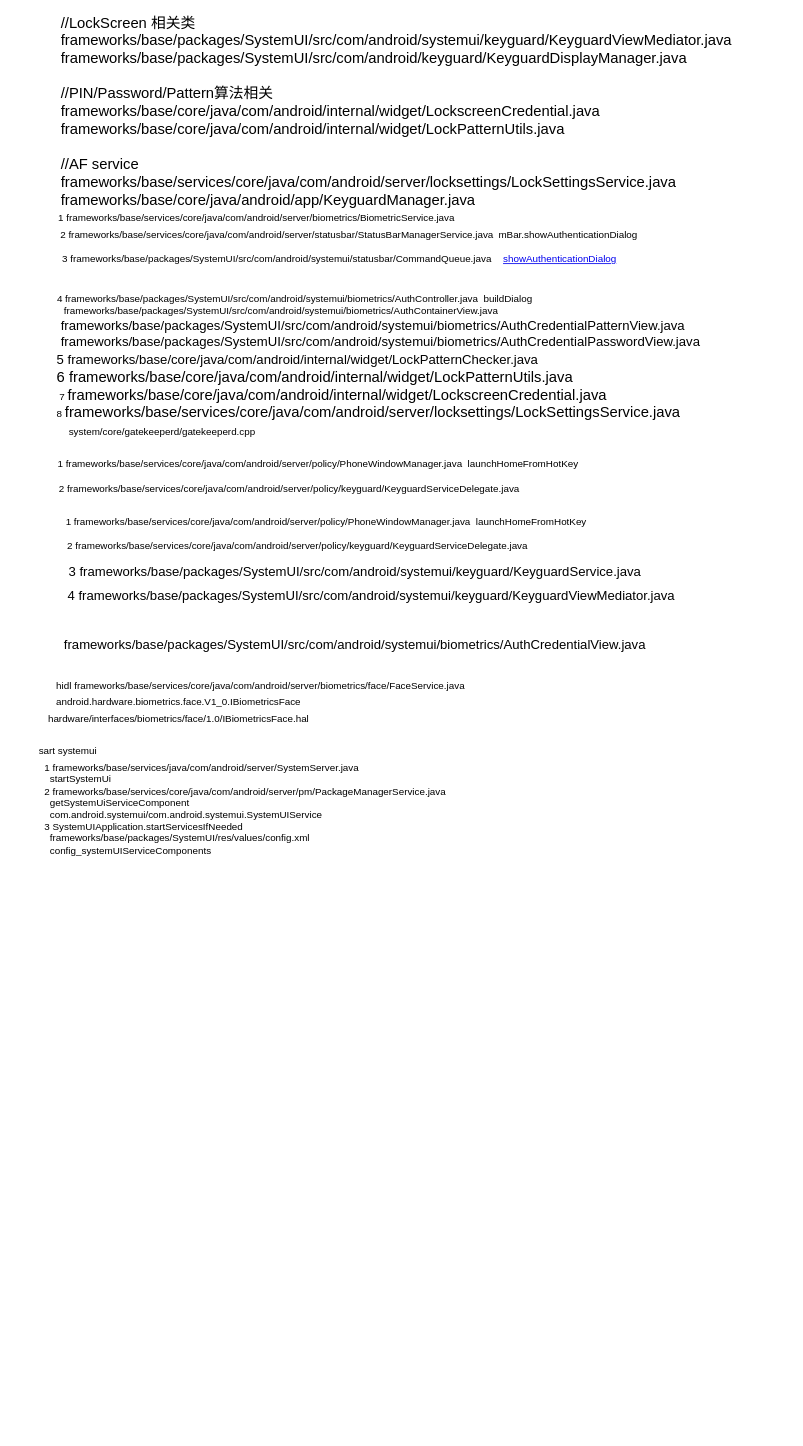
Above: page "Authentication" (3 of 14) of AF review.drawio in LBACK1912/chart (draw.io), before the change. Source tidied: cells renumbered, new cells numbered last; positions are measured from the earlier drawing's top-left corner, leaving out a move shared by most shapes. Both pictures are drawn from the tidied source at 82%, with x=0, y=0 at pixel (22, 46).
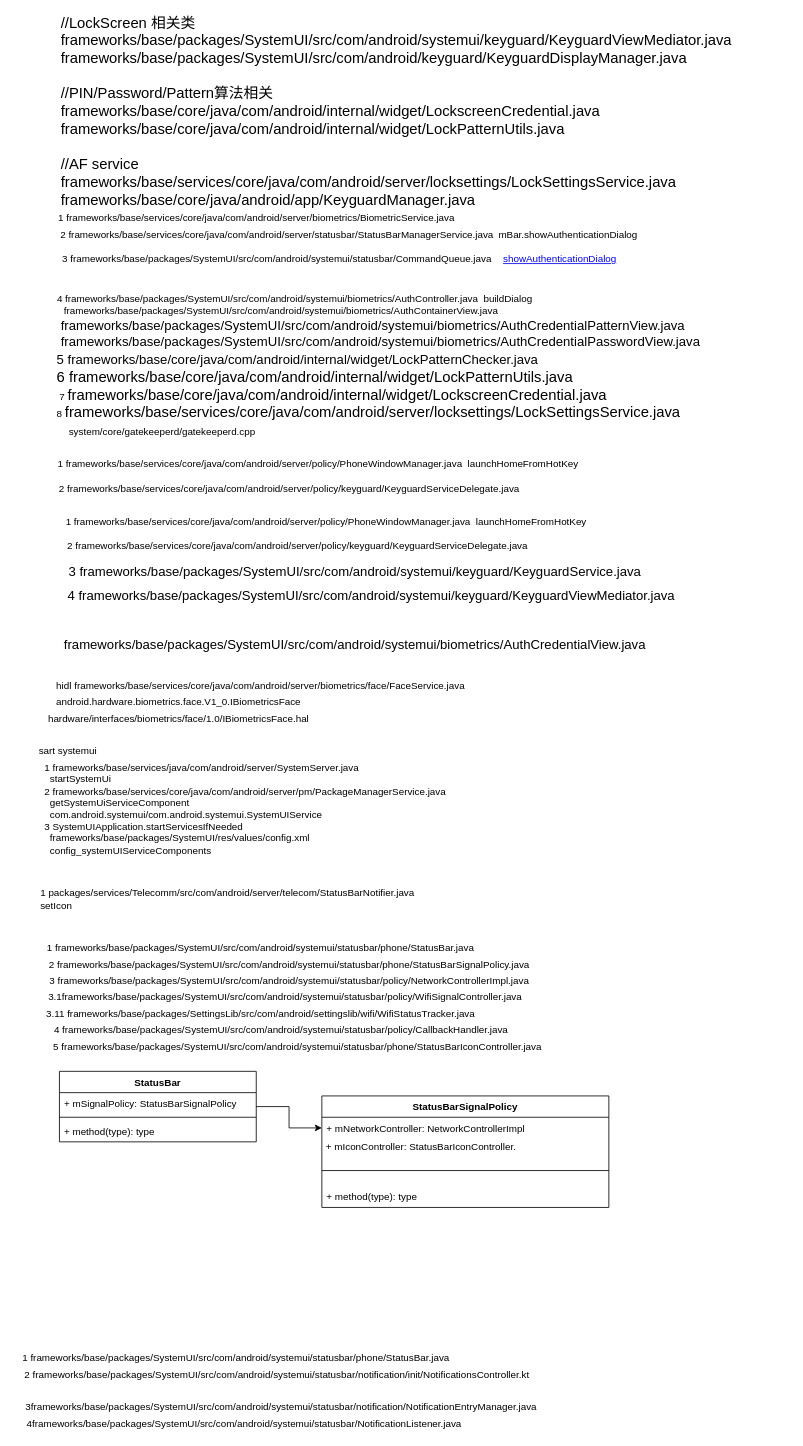
The same page after the edit.

What changed in the source:
```diff
@@
+    <mxCell id="24" value="&lt;div align=&quot;left&quot;&gt;1 packages/services/Telecomm/src/com/android/server/telecom/StatusBarNotifier.java &lt;br&gt;&lt;/div&gt;&lt;div align=&quot;left&quot;&gt;setIcon&lt;/div&gt;" style="text;html=1;align=left;verticalAlign=middle;" parent="1" vertex="1">
+      <mxGeometry x="20" y="1025" width="470" height="30" as="geometry" />
+    </mxCell>
+    <mxCell id="25" value="5 frameworks/base/packages/SystemUI/src/com/android/systemui/statusbar/phone/StatusBarIconController.java" style="text;html=1;align=center;verticalAlign=middle;" parent="1" vertex="1">
+      <mxGeometry x="30" y="1210" width="610" height="20" as="geometry" />
+    </mxCell>
+    <mxCell id="26" value="3 frameworks/base/packages/SystemUI/src/com/android/systemui/statusbar/policy/NetworkControllerImpl.java" style="text;html=1;align=center;verticalAlign=middle;" parent="1" vertex="1">
+      <mxGeometry x="25" y="1130" width="600" height="20" as="geometry" />
+    </mxCell>
+    <mxCell id="27" value="2 frameworks/base/packages/SystemUI/src/com/android/systemui/statusbar/phone/StatusBarSignalPolicy.java" style="text;html=1;align=center;verticalAlign=middle;" parent="1" vertex="1">
+      <mxGeometry x="25" y="1110" width="600" height="20" as="geometry" />
+    </mxCell>
+    <mxCell id="28" value="1 frameworks/base/packages/SystemUI/src/com/android/systemui/statusbar/phone/StatusBar.java" style="text;html=1;align=center;verticalAlign=middle;" parent="1" vertex="1">
+      <mxGeometry x="20" y="1090" width="540" height="20" as="geometry" />
+    </mxCell>
+    <mxCell id="29" value="StatusBarSignalPolicy" style="swimlane;fontStyle=1;align=center;verticalAlign=top;horizontal=1;startSize=26;" parent="1" vertex="1">
+      <mxGeometry x="365" y="1280" width="350" height="136" as="geometry" />
+    </mxCell>
+    <mxCell id="30" value="+ mNetworkController: NetworkControllerImpl" style="text;strokeColor=none;fillColor=none;align=left;verticalAlign=top;spacingLeft=4;spacingRight=4;overflow=hidden;points=[[0,0.5],[1,0.5]];portConstraint=eastwest;" parent="29" vertex="1">
+      <mxGeometry y="26" width="350" height="26" as="geometry" />
+    </mxCell>
+    <mxCell id="31" value="&amp;nbsp;+ mIconController: StatusBarIconController." style="text;html=1;align=left;verticalAlign=middle;" parent="29" vertex="1">
+      <mxGeometry y="52" width="350" height="20" as="geometry" />
+    </mxCell>
+    <mxCell id="32" style="line;strokeWidth=1;fillColor=none;align=left;verticalAlign=middle;spacingTop=-1;spacingLeft=3;spacingRight=3;labelPosition=right;" parent="29" vertex="1">
+      <mxGeometry y="72" width="350" height="38" as="geometry" />
+    </mxCell>
+    <mxCell id="33" value="+ method(type): type" style="text;strokeColor=none;fillColor=none;align=left;verticalAlign=top;spacingLeft=4;spacingRight=4;overflow=hidden;" parent="29" vertex="1">
+      <mxGeometry y="110" width="350" height="26" as="geometry" />
+    </mxCell>
+    <mxCell id="34" style="edgeStyle=orthogonalEdgeStyle;rounded=0;jettySize=auto;html=1;entryX=0;entryY=0.5;entryDx=0;entryDy=0;" parent="1" edge="1" source="35" target="30">
+      <mxGeometry relative="1" as="geometry" />
+    </mxCell>
+    <mxCell id="35" value="StatusBar" style="swimlane;fontStyle=1;align=center;verticalAlign=top;horizontal=1;startSize=26;" parent="1" vertex="1">
+      <mxGeometry x="45" y="1250" width="240" height="86" as="geometry" />
+    </mxCell>
+    <mxCell id="36" value="+ mSignalPolicy: StatusBarSignalPolicy" style="text;strokeColor=none;fillColor=none;align=left;verticalAlign=top;spacingLeft=4;spacingRight=4;overflow=hidden;" parent="35" vertex="1">
+      <mxGeometry y="26" width="240" height="26" as="geometry" />
+    </mxCell>
+    <mxCell id="37" style="line;strokeWidth=1;fillColor=none;align=left;verticalAlign=middle;spacingTop=-1;spacingLeft=3;spacingRight=3;labelPosition=right;" parent="35" vertex="1">
+      <mxGeometry y="52" width="240" height="8" as="geometry" />
+    </mxCell>
+    <mxCell id="38" value="+ method(type): type" style="text;strokeColor=none;fillColor=none;align=left;verticalAlign=top;spacingLeft=4;spacingRight=4;overflow=hidden;" parent="35" vertex="1">
+      <mxGeometry y="60" width="240" height="26" as="geometry" />
+    </mxCell>
+    <mxCell id="39" value="4 frameworks/base/packages/SystemUI/src/com/android/systemui/statusbar/policy/CallbackHandler.java" style="text;html=1;align=center;verticalAlign=middle;" parent="1" vertex="1">
+      <mxGeometry x="30" y="1190" width="570" height="20" as="geometry" />
+    </mxCell>
+    <mxCell id="40" value="3.11 frameworks/base/packages/SettingsLib/src/com/android/settingslib/wifi/WifiStatusTracker.java" style="text;html=1;align=center;verticalAlign=middle;" parent="1" vertex="1">
+      <mxGeometry x="20" y="1170" width="540" height="20" as="geometry" />
+    </mxCell>
+    <mxCell id="41" value="3.1frameworks/base/packages/SystemUI/src/com/android/systemui/statusbar/policy/WifiSignalController.java" style="text;html=1;align=center;verticalAlign=middle;" parent="1" vertex="1">
+      <mxGeometry x="25" y="1150" width="590" height="20" as="geometry" />
+    </mxCell>
+    <mxCell id="42" value="4frameworks/base/packages/SystemUI/src/com/android/systemui/statusbar/NotificationListener.java" style="text;html=1;align=center;verticalAlign=middle;" parent="1" vertex="1">
+      <mxGeometry x="-5" y="1670" width="550" height="20" as="geometry" />
+    </mxCell>
+    <mxCell id="43" value="3frameworks/base/packages/SystemUI/src/com/android/systemui/statusbar/notification/NotificationEntryManager.java" style="text;html=1;align=center;verticalAlign=middle;" parent="1" vertex="1">
+      <mxGeometry x="-5" y="1650" width="640" height="20" as="geometry" />
+    </mxCell>
+    <mxCell id="44" value="2 frameworks/base/packages/SystemUI/src/com/android/systemui/statusbar/notification/init/NotificationsController.kt" style="text;html=1;align=center;verticalAlign=middle;" parent="1" vertex="1">
+      <mxGeometry x="-5" y="1610" width="630" height="20" as="geometry" />
+    </mxCell>
+    <mxCell id="45" value="1 frameworks/base/packages/SystemUI/src/com/android/systemui/statusbar/phone/StatusBar.java" style="text;html=1;align=center;verticalAlign=middle;" parent="1" vertex="1">
+      <mxGeometry x="-10" y="1590" width="540" height="20" as="geometry" />
+    </mxCell>
```
